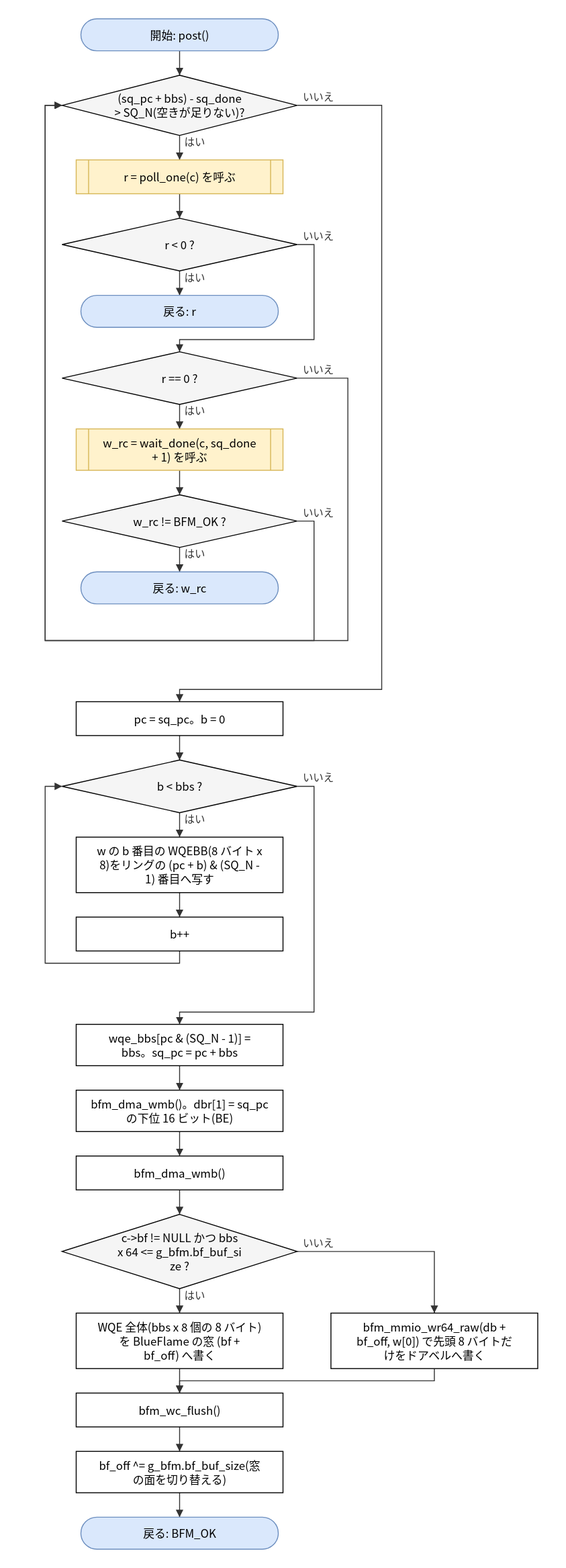
The draw.io diagram doc/spec/images/flow_src_bfm_ops-post.drawio.svg in hf355051012-ai/bfmem, before a commit. Source tidied: cells renumbered, new cells last; positions are measured from the earlier drawing's top-left corner, leaving out a move shared by most shapes.
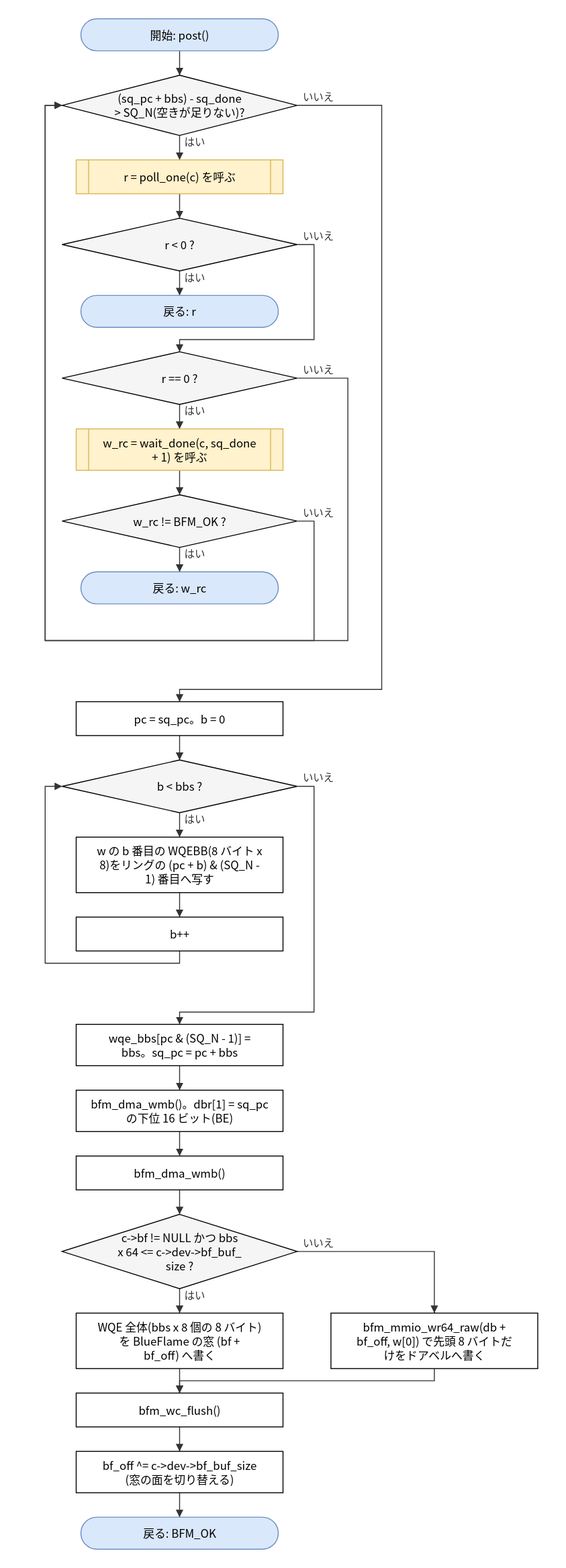
The same diagram one commit later.

What changed in the source:
```diff
@@ -50,7 +50,7 @@
     <mxCell id="17" value="bfm_dma_wmb()" style="rounded=0;whiteSpace=wrap;html=1;" parent="1" vertex="1">
       <mxGeometry x="33" y="1209" width="220" height="36" as="geometry" />
     </mxCell>
-    <mxCell id="18" value="c-&amp;gt;bf != NULL かつ bbs&lt;br&gt;x 64 &amp;lt;= g_bfm.bf_buf_si&lt;br&gt;ze ?" style="rhombus;whiteSpace=wrap;html=1;fillColor=#f5f5f5;" parent="1" vertex="1">
+    <mxCell id="18" value="c-&amp;gt;bf != NULL かつ bbs&lt;br&gt;x 64 &amp;lt;= c-&amp;gt;dev-&amp;gt;bf_buf_&lt;br&gt;size ?" style="rhombus;whiteSpace=wrap;html=1;fillColor=#f5f5f5;" parent="1" vertex="1">
       <mxGeometry x="18" y="1271" width="250" height="79" as="geometry" />
     </mxCell>
     <mxCell id="19" value="WQE 全体(bbs x 8 個の 8 バイト)&lt;br&gt;を BlueFlame の窓 (bf +&lt;br&gt;bf_off) へ書く" style="rounded=0;whiteSpace=wrap;html=1;" parent="1" vertex="1">
@@ -62,7 +62,7 @@
     <mxCell id="21" value="bfm_wc_flush()" style="rounded=0;whiteSpace=wrap;html=1;" parent="1" vertex="1">
       <mxGeometry x="33" y="1461" width="220" height="36" as="geometry" />
     </mxCell>
-    <mxCell id="22" value="bf_off ^= g_bfm.bf_buf_size(窓&lt;br&gt;の面を切り替える)" style="rounded=0;whiteSpace=wrap;html=1;" parent="1" vertex="1">
+    <mxCell id="22" value="bf_off ^= c-&amp;gt;dev-&amp;gt;bf_buf_size&lt;br&gt;(窓の面を切り替える)" style="rounded=0;whiteSpace=wrap;html=1;" parent="1" vertex="1">
       <mxGeometry x="33" y="1523" width="220" height="44" as="geometry" />
     </mxCell>
     <mxCell id="23" value="戻る: BFM_OK" style="rounded=1;arcSize=50;whiteSpace=wrap;html=1;fillColor=#dae8fc;strokeColor=#6c8ebf;" parent="1" vertex="1">
```
